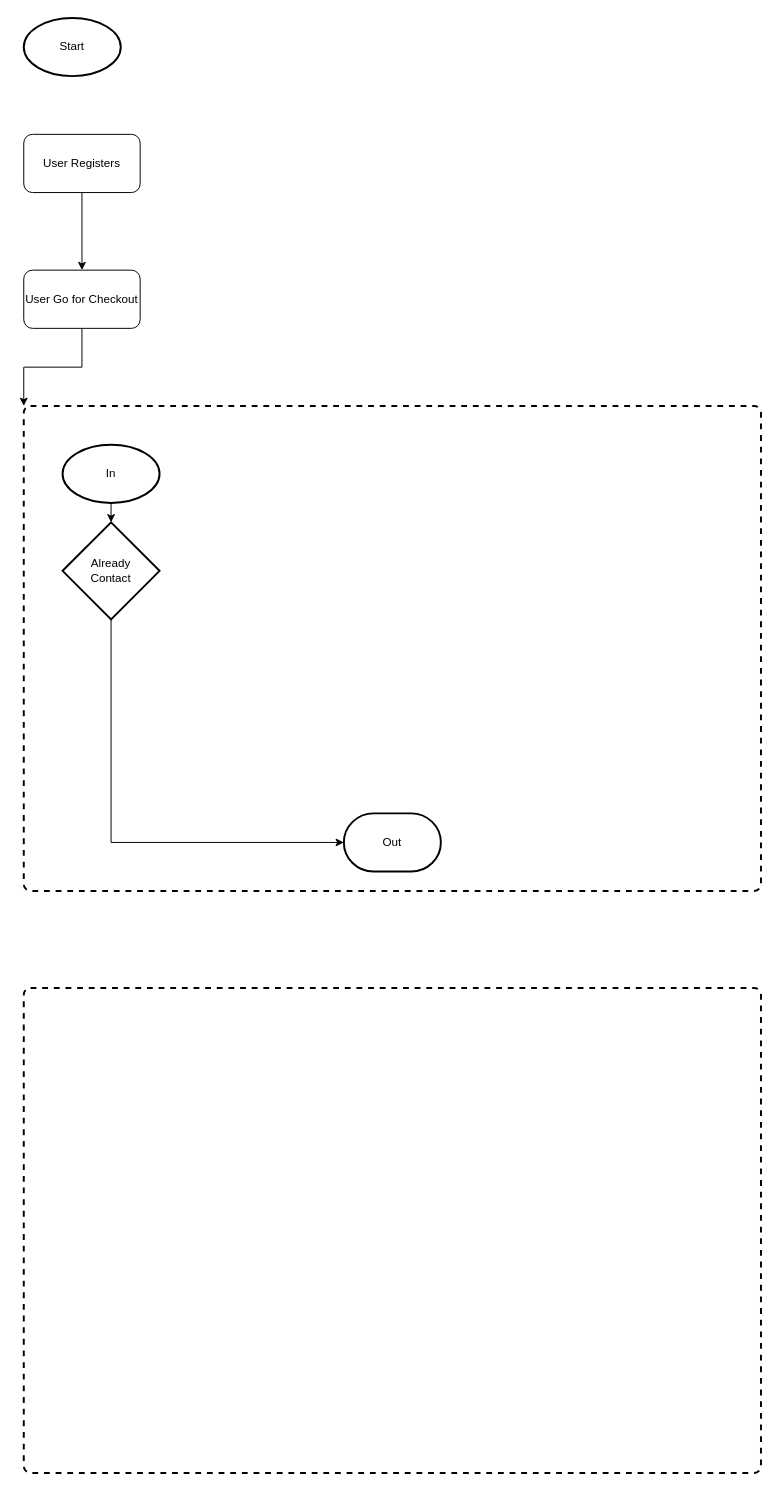
Earlier version of the draw.io diagram lockr-web-xero-api-flow.drawio (gulbitz/diagrams.net). Source tidied: cells renumbered, new cells numbered last; positions are measured from the earlier drawing's top-left corner, leaving out a move shared by most shapes. Both pictures are drawn from the tidied source at 97%, with x=0, y=0 at pixel (23, 17).
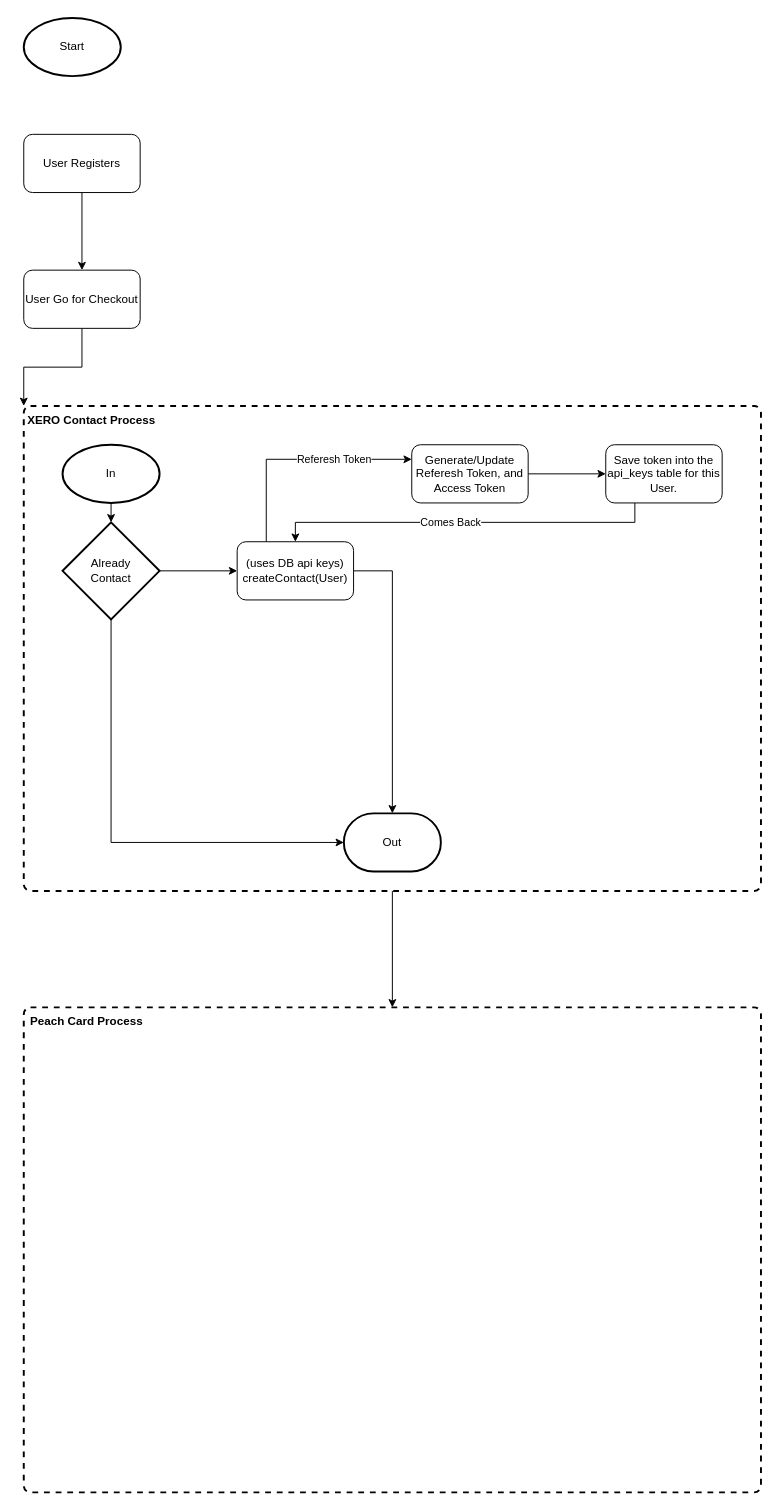
After the change.

The change refers to these unchanged cells:
```xml
<mxCell id="8" value="Already&lt;br&gt;Contact" style="strokeWidth=2;html=1;shape=mxgraph.flowchart.decision;whiteSpace=wrap;" parent="1" vertex="1">
  <mxGeometry x="40" y="520" width="100" height="100" as="geometry" />
</mxCell>
<mxCell id="10" value="Out" style="strokeWidth=2;html=1;shape=mxgraph.flowchart.terminator;whiteSpace=wrap;" parent="1" vertex="1">
  <mxGeometry x="330" y="820" width="100" height="60" as="geometry" />
</mxCell>
```

The edit, as a diff of the source:
```diff
@@
-    <mxCell id="7" style="rounded=1;whiteSpace=wrap;html=1;absoluteArcSize=1;arcSize=14;strokeWidth=2;dashed=1;fillColor=none;" parent="1" vertex="1">
-      <mxGeometry y="400" width="760" height="500" as="geometry" />
-    </mxCell>
+    <mxCell id="14" style="edgeStyle=orthogonalEdgeStyle;rounded=0;jettySize=auto;html=1;exitX=0.5;exitY=1;exitDx=0;exitDy=0;entryX=0.5;entryY=0;entryDx=0;entryDy=0;" parent="1" edge="1" source="7" target="9">
+      <mxGeometry relative="1" as="geometry" />
+    </mxCell>
+    <mxCell id="15" style="edgeStyle=orthogonalEdgeStyle;rounded=0;jettySize=auto;html=1;exitX=1;exitY=0.5;exitDx=0;exitDy=0;exitPerimeter=0;entryX=0;entryY=0.5;entryDx=0;entryDy=0;" parent="1" edge="1" source="8" target="18">
+      <mxGeometry relative="1" as="geometry" />
+    </mxCell>
@@
-    <mxCell id="9" style="rounded=1;whiteSpace=wrap;html=1;absoluteArcSize=1;arcSize=14;strokeWidth=2;dashed=1;fillColor=none;" parent="1" vertex="1">
-      <mxGeometry y="1000" width="760" height="500" as="geometry" />
-    </mxCell>
@@
+    <mxCell id="16" style="edgeStyle=orthogonalEdgeStyle;rounded=0;jettySize=auto;html=1;exitX=0.25;exitY=0;exitDx=0;exitDy=0;entryX=0;entryY=0.25;entryDx=0;entryDy=0;" parent="1" edge="1" source="18" target="20">
+      <mxGeometry relative="1" as="geometry" />
+    </mxCell>
+    <mxCell id="17" value="Referesh Token" style="edgeLabel;html=1;align=center;verticalAlign=middle;" parent="16" vertex="1">
+      <mxGeometry x="0.08" y="-1" relative="1" as="geometry">
+        <mxPoint x="27" y="-2" as="offset" />
+      </mxGeometry>
+    </mxCell>
+    <mxCell id="18" value="(uses DB api keys)&lt;br&gt;createContact(User)" style="rounded=1;whiteSpace=wrap;html=1;" parent="1" vertex="1">
+      <mxGeometry x="220" y="540" width="120" height="60" as="geometry" />
+    </mxCell>
+    <mxCell id="19" style="edgeStyle=orthogonalEdgeStyle;rounded=0;jettySize=auto;html=1;" parent="1" edge="1" source="20" target="23">
+      <mxGeometry relative="1" as="geometry" />
+    </mxCell>
+    <mxCell id="20" value="Generate/Update Referesh Token, and Access Token" style="rounded=1;whiteSpace=wrap;html=1;" parent="1" vertex="1">
+      <mxGeometry x="400" y="440" width="120" height="60" as="geometry" />
+    </mxCell>
+    <mxCell id="21" style="edgeStyle=orthogonalEdgeStyle;rounded=0;jettySize=auto;html=1;exitX=0.25;exitY=1;exitDx=0;exitDy=0;entryX=0.5;entryY=0;entryDx=0;entryDy=0;" parent="1" edge="1" source="23" target="18">
+      <mxGeometry relative="1" as="geometry" />
+    </mxCell>
+    <mxCell id="22" value="Comes Back" style="edgeLabel;html=1;align=center;verticalAlign=middle;" parent="21" vertex="1">
+      <mxGeometry x="0.08" y="-1" relative="1" as="geometry" />
+    </mxCell>
+    <mxCell id="23" value="Save token into the api_keys table for this User." style="rounded=1;whiteSpace=wrap;html=1;" parent="1" vertex="1">
+      <mxGeometry x="600" y="440" width="120" height="60" as="geometry" />
+    </mxCell>
+    <mxCell id="24" style="edgeStyle=orthogonalEdgeStyle;rounded=0;jettySize=auto;html=1;exitX=1;exitY=0.5;exitDx=0;exitDy=0;entryX=0.5;entryY=0;entryDx=0;entryDy=0;entryPerimeter=0;" parent="1" edge="1" source="18" target="10">
+      <mxGeometry relative="1" as="geometry" />
+    </mxCell>
+    <mxCell id="25" style="group;" parent="1" vertex="1">
+      <mxGeometry y="1020" width="760" height="500" as="geometry" />
+    </mxCell>
+    <mxCell id="9" style="rounded=1;whiteSpace=wrap;html=1;absoluteArcSize=1;arcSize=14;strokeWidth=2;dashed=1;fillColor=none;" parent="25" vertex="1">
+      <mxGeometry width="760" height="500" as="geometry" />
+    </mxCell>
+    <mxCell id="26" value="Peach Card Process" style="text;html=1;align=center;verticalAlign=middle;whiteSpace=wrap;rounded=0;fontStyle=1;" parent="25" vertex="1">
+      <mxGeometry width="130" height="30" as="geometry" />
+    </mxCell>
+    <mxCell id="27" style="group;" parent="1" vertex="1">
+      <mxGeometry y="400" width="760" height="500" as="geometry" />
+    </mxCell>
+    <mxCell id="7" style="rounded=1;whiteSpace=wrap;html=1;absoluteArcSize=1;arcSize=14;strokeWidth=2;dashed=1;fillColor=none;" parent="27" vertex="1">
+      <mxGeometry width="760" height="500" as="geometry" />
+    </mxCell>
+    <mxCell id="28" value="XERO Contact Process" style="text;html=1;align=center;verticalAlign=middle;whiteSpace=wrap;rounded=0;fontStyle=1;" parent="27" vertex="1">
+      <mxGeometry width="140" height="30" as="geometry" />
+    </mxCell>
```
